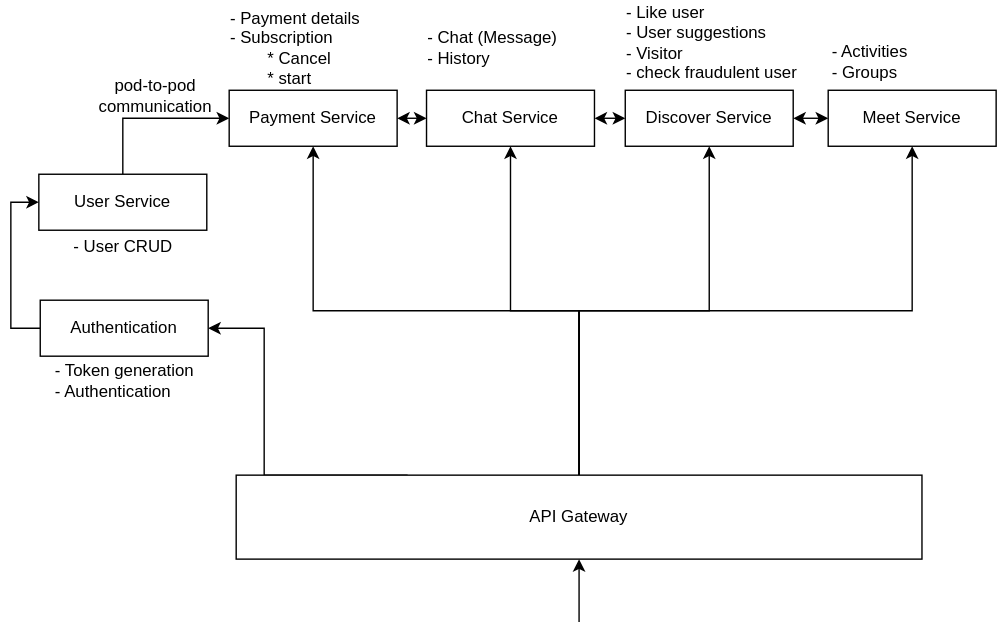
The draw.io diagram microservices.drawio.svg in sureenawadhwa/meet5_task, before a commit. Source tidied: cells renumbered, new cells last; positions are measured from the earlier drawing's top-left corner, leaving out a move shared by most shapes.
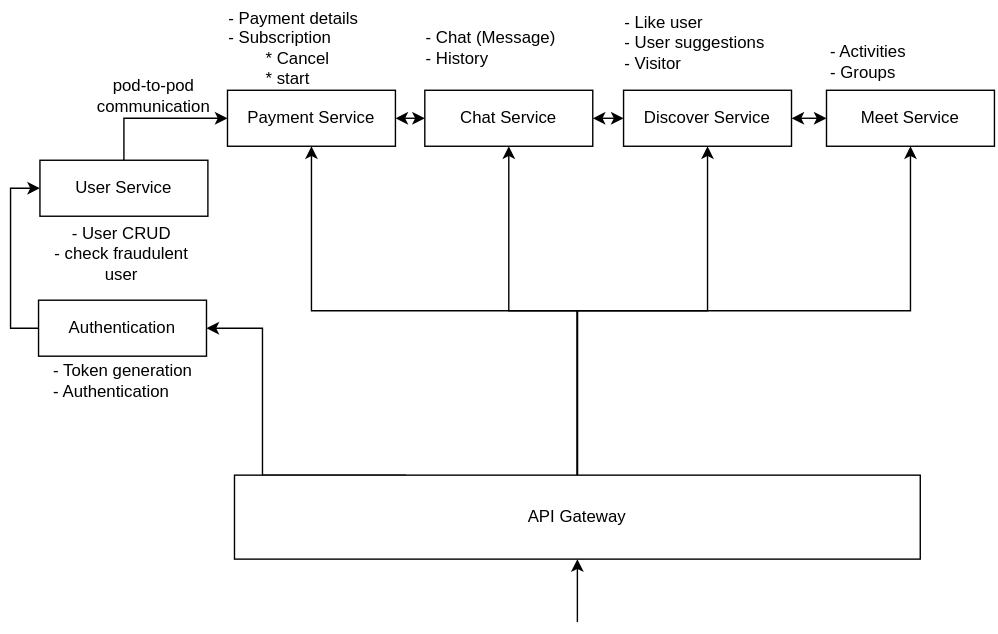
The same diagram one commit later.

What changed in the source:
```diff
@@ -38,10 +38,10 @@
       <mxGeometry relative="1" as="geometry" />
     </mxCell>
     <mxCell id="12" value="User Service" style="rounded=0;whiteSpace=wrap;html=1;" parent="1" vertex="1">
-      <mxGeometry y="124" width="120" height="40" as="geometry" />
+      <mxGeometry x="2" y="114" width="120" height="40" as="geometry" />
     </mxCell>
-    <mxCell id="13" value="- User CRUD" style="text;html=1;strokeColor=none;fillColor=none;align=center;verticalAlign=middle;whiteSpace=wrap;rounded=0;" parent="1" vertex="1">
-      <mxGeometry y="167" width="121" height="17" as="geometry" />
+    <mxCell id="13" value="- User CRUD&lt;br&gt;- check fraudulent user" style="text;html=1;strokeColor=none;fillColor=none;align=center;verticalAlign=middle;whiteSpace=wrap;rounded=0;" parent="1" vertex="1">
+      <mxGeometry y="167" width="121" height="27" as="geometry" />
     </mxCell>
     <mxCell id="14" value="Payment Service" style="rounded=0;whiteSpace=wrap;html=1;" parent="1" vertex="1">
       <mxGeometry x="136" y="64" width="120" height="40" as="geometry" />
@@ -58,7 +58,7 @@
     <mxCell id="18" value="Discover Service" style="rounded=0;whiteSpace=wrap;html=1;" parent="1" vertex="1">
       <mxGeometry x="419" y="64" width="120" height="40" as="geometry" />
     </mxCell>
-    <mxCell id="19" value="- Like user&lt;br&gt;- User suggestions&lt;br&gt;&lt;span style=&quot;white-space: pre;&quot;&gt;- Visitor&lt;/span&gt;&lt;br&gt;&lt;span style=&quot;white-space: pre;&quot;&gt;- check fraudulent user&lt;/span&gt;" style="text;html=1;strokeColor=none;fillColor=none;align=left;verticalAlign=middle;whiteSpace=wrap;rounded=0;" parent="1" vertex="1">
+    <mxCell id="19" value="- Like user&lt;br&gt;- User suggestions&lt;br&gt;&lt;span style=&quot;white-space: pre;&quot;&gt;- Visitor&lt;/span&gt;" style="text;html=1;strokeColor=none;fillColor=none;align=left;verticalAlign=middle;whiteSpace=wrap;rounded=0;" parent="1" vertex="1">
       <mxGeometry x="418" width="123" height="60" as="geometry" />
     </mxCell>
     <mxCell id="20" value="Meet Service" style="rounded=0;whiteSpace=wrap;html=1;" parent="1" vertex="1">
```
